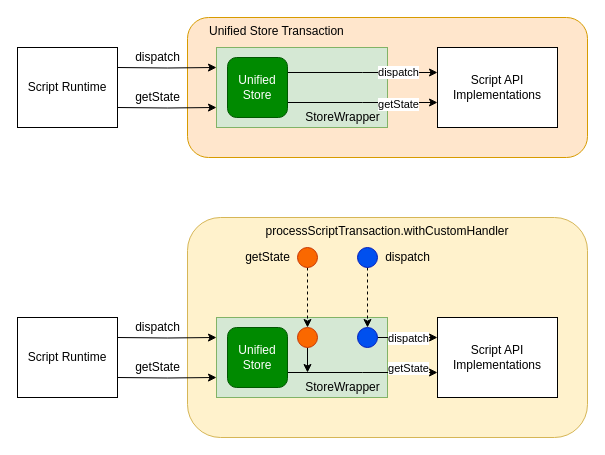
Earlier version of the draw.io diagram ScriptTransaction.drawio (windsonic/files). Source tidied: cells renumbered, new cells numbered last; positions are measured from the earlier drawing's top-left corner, leaving out a move shared by most shapes. Both pictures are drawn from the tidied source at 100%, with x=0, y=0 at pixel (17, 17).
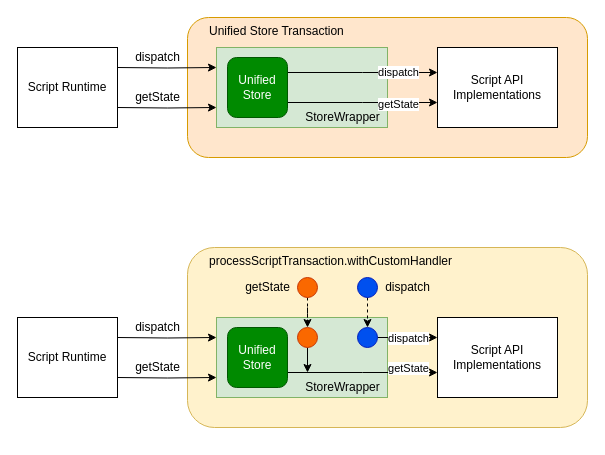
After the change.

What changed in the source:
```diff
@@
-    <mxCell id="2" value="processScriptTransaction.withCustomHandler" style="rounded=1;whiteSpace=wrap;html=1;verticalAlign=top;fillColor=#fff2cc;strokeColor=#d6b656;" parent="1" vertex="1">
-      <mxGeometry x="170" y="200" width="400" height="220" as="geometry" />
+    <mxCell id="2" value="processScriptTransaction.withCustomHandler" style="rounded=1;whiteSpace=wrap;html=1;verticalAlign=top;fillColor=#fff2cc;strokeColor=#d6b656;align=left;spacingLeft=20;" parent="1" vertex="1">
+      <mxGeometry x="170" y="230" width="400" height="180" as="geometry" />
     </mxCell>
@@
     <mxCell id="29" style="ellipse;whiteSpace=wrap;html=1;fillColor=#0050ef;fontColor=#ffffff;strokeColor=#001DBC;" parent="1" vertex="1">
-      <mxGeometry x="340" y="230" width="20" height="20" as="geometry" />
+      <mxGeometry x="340" y="260" width="20" height="20" as="geometry" />
     </mxCell>
@@
     <mxCell id="34" style="ellipse;whiteSpace=wrap;html=1;fillColor=#fa6800;fontColor=#000000;strokeColor=#C73500;" parent="1" vertex="1">
-      <mxGeometry x="280" y="230" width="20" height="20" as="geometry" />
+      <mxGeometry x="280" y="260" width="20" height="20" as="geometry" />
     </mxCell>
@@
     <mxCell id="37" value="getState" style="text;html=1;align=center;verticalAlign=middle;fillColor=none;strokeColor=none;rounded=0;" parent="1" vertex="1">
-      <mxGeometry x="220" y="230" width="60" height="20" as="geometry" />
+      <mxGeometry x="220" y="260" width="60" height="20" as="geometry" />
     </mxCell>
     <mxCell id="38" value="dispatch" style="text;html=1;align=center;verticalAlign=middle;fillColor=none;strokeColor=none;rounded=0;" parent="1" vertex="1">
-      <mxGeometry x="360" y="230" width="60" height="20" as="geometry" />
+      <mxGeometry x="360" y="260" width="60" height="20" as="geometry" />
     </mxCell>
```
